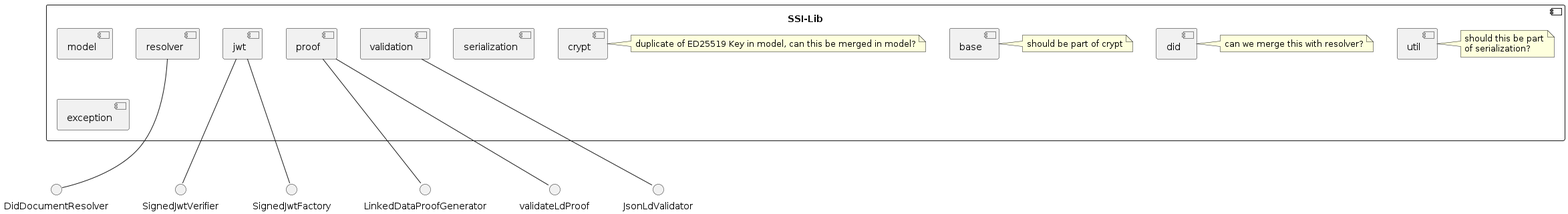
Above: cx-ssi-lib/docs/images/WhiteboxSystem.png in catenax-ng/product-lab-ssi (PlantUML), before the change. Its diagram source:
```plantuml
@startuml SystemScope

component "SSI-Lib" as LIB {
    component resolver
    component jwt
    component model
    component proof
    component serialization
    component util
    note right: should this be part\nof serialization?
    component validation
    component exception
    component did
    note right: can we merge this with resolver?
    component base
    note right: should be part of crypt
    component crypt
    note right: duplicate of ED25519 Key in model, can this be merged in model?

}

interface DidDocumentResolver
resolver --- DidDocumentResolver

interface LinkedDataProofGenerator
interface validateLdProof
proof --- LinkedDataProofGenerator
proof --- validateLdProof

interface SignedJwtVerifier
jwt --- SignedJwtVerifier

interface SignedJwtFactory
jwt --- SignedJwtFactory

interface JsonLdValidator
validation --- JsonLdValidator
@enduml
```
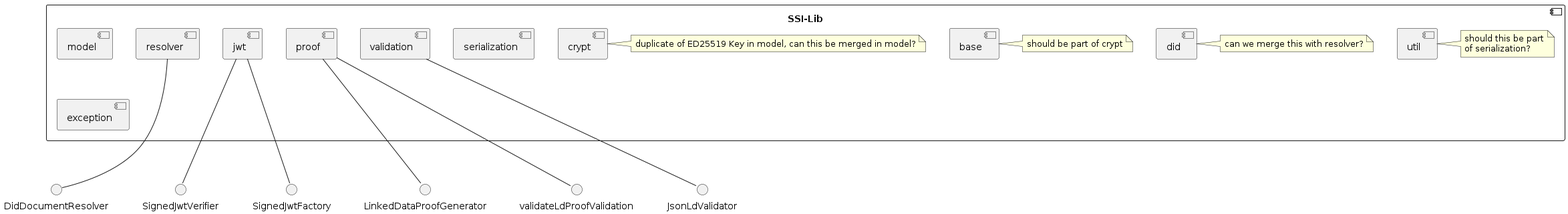
The same file after the commit.

Diff of the diagram source:
```diff
@@ -16,16 +16,17 @@
     note right: should be part of crypt
     component crypt
     note right: duplicate of ED25519 Key in model, can this be merged in model?
+}
 
-}
+
 
 interface DidDocumentResolver
 resolver --- DidDocumentResolver
 
 interface LinkedDataProofGenerator
-interface validateLdProof
+interface validateLdProofValidation
 proof --- LinkedDataProofGenerator
-proof --- validateLdProof
+proof --- validateLdProofValidation
 
 interface SignedJwtVerifier
 jwt --- SignedJwtVerifier
```
